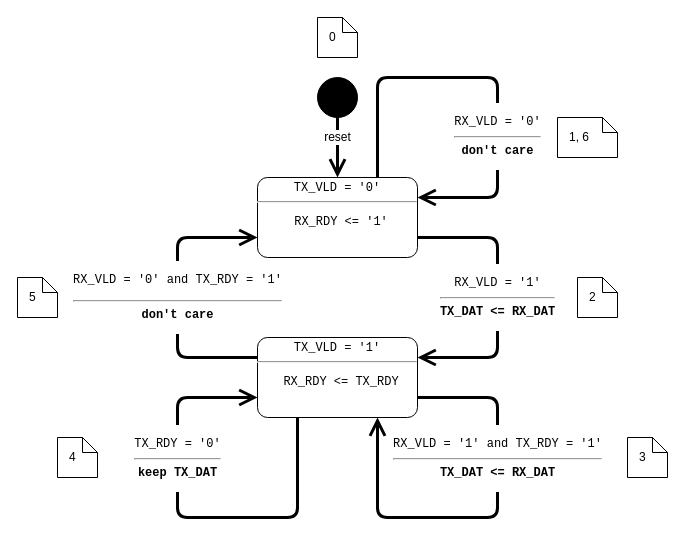
This is doc/handshake/register_slice_datapath_state_diagram.drawio from jeras/synthesis-primitives, a draw.io file, before an edit. Source tidied: cells renumbered, new cells numbered last; positions are measured from the earlier drawing's top-left corner, leaving out a move shared by most shapes. Both pictures are drawn from the tidied source at 100%, with x=0, y=0 at pixel (17, 17).
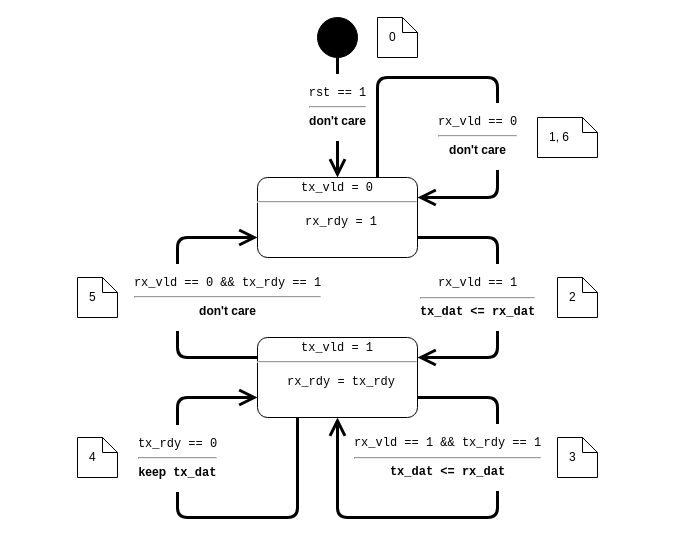
Above is the later version.

What changed in the source:
```diff
@@
-    <mxCell id="2" value="&lt;pre style=&quot;margin: 4px 0px 0px; font-size: 12px;&quot;&gt;TX_VLD = '0'&lt;/pre&gt;&lt;hr style=&quot;font-size: 12px;&quot;&gt;&lt;p style=&quot;font-size: 12px;&quot;&gt;&lt;/p&gt;&lt;pre style=&quot;margin: 0px 0px 0px 8px; font-size: 12px;&quot;&gt;RX_RDY &amp;lt;= '1'&lt;/pre&gt;" style="shape=mxgraph.sysml.simpleState;html=1;overflow=fill;whiteSpace=wrap;align=center;fontSize=12;" parent="1" vertex="1">
+    <mxCell id="2" value="&lt;pre style=&quot;margin: 4px 0px 0px; font-size: 12px;&quot;&gt;tx_vld = 0&lt;/pre&gt;&lt;hr style=&quot;font-size: 12px;&quot;&gt;&lt;p style=&quot;font-size: 12px;&quot;&gt;&lt;/p&gt;&lt;pre style=&quot;margin: 0px 0px 0px 8px; font-size: 12px;&quot;&gt;rx_rdy = 1&lt;/pre&gt;" style="shape=mxgraph.sysml.simpleState;html=1;overflow=fill;whiteSpace=wrap;align=center;fontSize=12;" parent="1" vertex="1">
       <mxGeometry x="240" y="160" width="160" height="80" as="geometry" />
     </mxCell>
-    <mxCell id="3" value="&lt;pre style=&quot;margin-top: 4px; margin-bottom: 0px; font-size: 12px;&quot;&gt;TX_VLD = '1'&lt;/pre&gt;&lt;hr style=&quot;font-size: 12px;&quot;&gt;&lt;p style=&quot;font-size: 12px;&quot;&gt;&lt;/p&gt;&lt;pre style=&quot;margin: 0px 0px 0px 8px; font-size: 12px;&quot;&gt;RX_RDY &amp;lt;= TX_RDY&lt;/pre&gt;" style="shape=mxgraph.sysml.simpleState;html=1;overflow=fill;whiteSpace=wrap;align=center;fontSize=12;" parent="1" vertex="1">
+    <mxCell id="3" value="&lt;pre style=&quot;margin-top: 4px; margin-bottom: 0px; font-size: 12px;&quot;&gt;tx_vld = 1&lt;/pre&gt;&lt;hr style=&quot;font-size: 12px;&quot;&gt;&lt;p style=&quot;font-size: 12px;&quot;&gt;&lt;/p&gt;&lt;pre style=&quot;margin: 0px 0px 0px 8px; font-size: 12px;&quot;&gt;rx_rdy = tx_rdy&lt;/pre&gt;" style="shape=mxgraph.sysml.simpleState;html=1;overflow=fill;whiteSpace=wrap;align=center;fontSize=12;" parent="1" vertex="1">
       <mxGeometry x="240" y="320" width="160" height="80" as="geometry" />
     </mxCell>
-    <mxCell id="4" value="&lt;pre style=&quot;font-size: 12px;&quot;&gt;RX_VLD = '1'&lt;br style=&quot;font-size: 12px;&quot;&gt;&lt;hr&gt;&lt;b&gt;TX_DAT &amp;lt;= RX_DAT&lt;/b&gt;&lt;/pre&gt;" style="edgeStyle=none;html=1;endArrow=open;endSize=12;strokeWidth=3;verticalAlign=middle;rounded=1;entryX=1;entryY=0.25;entryDx=0;entryDy=0;entryPerimeter=0;curved=0;fontSize=12;exitX=1;exitY=0.75;exitDx=0;exitDy=0;exitPerimeter=0;strokeColor=default;backgroundOutline=0;" parent="1" edge="1" source="2" target="3">
-      <mxGeometry relative="1" as="geometry">
+    <mxCell id="4" value="&lt;pre style=&quot;font-size: 12px;&quot;&gt;rx_vld == 1&lt;br style=&quot;font-size: 12px;&quot;&gt;&lt;hr&gt;&lt;b&gt;tx_dat &amp;lt;= rx_dat&lt;/b&gt;&lt;/pre&gt;" style="edgeStyle=none;html=1;endArrow=open;endSize=12;strokeWidth=3;verticalAlign=middle;rounded=1;entryX=1;entryY=0.25;entryDx=0;entryDy=0;entryPerimeter=0;curved=0;fontSize=12;exitX=1;exitY=0.75;exitDx=0;exitDy=0;exitPerimeter=0;strokeColor=default;backgroundOutline=0;" parent="1" edge="1" source="2" target="3">
+      <mxGeometry y="-20" relative="1" as="geometry">
         <Array as="points">
           <mxPoint x="480" y="220" />
           <mxPoint x="480" y="340" />
         </Array>
       </mxGeometry>
     </mxCell>
     <mxCell id="5" style="shape=ellipse;html=1;fillColor=strokeColor;fontSize=18;fontColor=#ffffff;" parent="1" vertex="1">
-      <mxGeometry x="300" y="60" width="40" height="40" as="geometry" />
+      <mxGeometry x="300" width="40" height="40" as="geometry" />
     </mxCell>
-    <mxCell id="6" value="&lt;font style=&quot;font-size: 12px;&quot;&gt;reset&lt;/font&gt;" style="edgeStyle=none;html=1;endArrow=open;endSize=12;strokeWidth=3;verticalAlign=middle;rounded=0;exitX=0.5;exitY=1;exitDx=0;exitDy=0;entryX=0.5;entryY=0;entryDx=0;entryDy=0;entryPerimeter=0;" parent="1" edge="1" source="5" target="2">
-      <mxGeometry x="-0.33" relative="1" as="geometry" />
+    <mxCell id="6" value="&lt;pre style=&quot;font-size: 12px;&quot;&gt;rst == 1&lt;br&gt;&lt;hr&gt;&lt;b&gt;&lt;font face=&quot;Helvetica&quot;&gt;don't care&lt;/font&gt;&lt;/b&gt;&lt;/pre&gt;" style="edgeStyle=none;html=1;endArrow=open;endSize=12;strokeWidth=3;verticalAlign=middle;rounded=0;exitX=0.5;exitY=1;exitDx=0;exitDy=0;entryX=0.5;entryY=0;entryDx=0;entryDy=0;entryPerimeter=0;" parent="1" edge="1" source="5" target="2">
+      <mxGeometry x="-0.17" relative="1" as="geometry" />
     </mxCell>
-    <mxCell id="7" value="&lt;pre style=&quot;font-size: 12px;&quot;&gt;RX_VLD = '1' and TX_RDY = '1'&lt;br style=&quot;font-size: 12px;&quot;&gt;&lt;hr&gt;&lt;b&gt;TX_DAT &amp;lt;= RX_DAT&lt;/b&gt;&lt;/pre&gt;" style="edgeStyle=none;html=1;endArrow=open;endSize=12;strokeWidth=3;verticalAlign=middle;rounded=1;entryX=0.75;entryY=1;entryDx=0;entryDy=0;entryPerimeter=0;curved=0;fontSize=12;exitX=1;exitY=0.75;exitDx=0;exitDy=0;exitPerimeter=0;" parent="1" edge="1" source="3" target="3">
-      <mxGeometry x="-0.33" relative="1" as="geometry">
+    <mxCell id="7" value="&lt;pre style=&quot;font-size: 12px;&quot;&gt;rx_vld == 1 &amp;amp;&amp;amp; tx_rdy == 1&lt;br style=&quot;font-size: 12px;&quot;&gt;&lt;hr&gt;&lt;b&gt;tx_dat &amp;lt;= rx_dat&lt;/b&gt;&lt;/pre&gt;" style="edgeStyle=none;html=1;endArrow=open;endSize=12;strokeWidth=3;verticalAlign=middle;rounded=1;entryX=0.5;entryY=1;entryDx=0;entryDy=0;entryPerimeter=0;curved=0;fontSize=12;exitX=1;exitY=0.75;exitDx=0;exitDy=0;exitPerimeter=0;" parent="1" edge="1" source="3" target="3">
+      <mxGeometry x="-0.39" y="-50" relative="1" as="geometry">
         <Array as="points">
           <mxPoint x="480" y="380" />
           <mxPoint x="480" y="500" />
-          <mxPoint x="360" y="500" />
+          <mxPoint x="320" y="500" />
         </Array>
       </mxGeometry>
     </mxCell>
     <mxCell id="8" value="1, 6" style="shape=note;size=15;align=left;spacingLeft=10;html=1;whiteSpace=wrap;" parent="1" vertex="1">
-      <mxGeometry x="540" y="100" width="60" height="40" as="geometry" />
+      <mxGeometry x="520" y="100" width="60" height="40" as="geometry" />
     </mxCell>
     <mxCell id="9" value="2" style="shape=note;size=15;align=left;spacingLeft=10;html=1;whiteSpace=wrap;" parent="1" vertex="1">
-      <mxGeometry x="560" y="260" width="40" height="40" as="geometry" />
+      <mxGeometry x="540" y="260" width="40" height="40" as="geometry" />
     </mxCell>
     <mxCell id="10" value="3" style="shape=note;size=15;align=left;spacingLeft=10;html=1;whiteSpace=wrap;" parent="1" vertex="1">
-      <mxGeometry x="610" y="420" width="40" height="40" as="geometry" />
+      <mxGeometry x="540" y="420" width="40" height="40" as="geometry" />
     </mxCell>
     <mxCell id="11" value="4" style="shape=note;size=15;align=left;spacingLeft=10;html=1;whiteSpace=wrap;" parent="1" vertex="1">
-      <mxGeometry x="40" y="420" width="40" height="40" as="geometry" />
+      <mxGeometry x="60" y="420" width="40" height="40" as="geometry" />
     </mxCell>
     <mxCell id="12" value="5" style="shape=note;size=15;align=left;spacingLeft=10;html=1;whiteSpace=wrap;" parent="1" vertex="1">
-      <mxGeometry y="260" width="40" height="40" as="geometry" />
+      <mxGeometry x="60" y="260" width="40" height="40" as="geometry" />
     </mxCell>
     <mxCell id="13" value="0" style="shape=note;size=15;align=left;spacingLeft=10;html=1;whiteSpace=wrap;" parent="1" vertex="1">
-      <mxGeometry x="300" width="40" height="40" as="geometry" />
+      <mxGeometry x="360" width="40" height="40" as="geometry" />
     </mxCell>
-    <mxCell id="14" value="&lt;pre style=&quot;font-size: 12px;&quot;&gt;TX_RDY = '0'&lt;br style=&quot;font-size: 12px;&quot;&gt;&lt;hr&gt;&lt;b&gt;keep TX_DAT&lt;/b&gt;&lt;/pre&gt;" style="edgeStyle=none;html=1;endArrow=open;endSize=12;strokeWidth=3;verticalAlign=middle;rounded=1;entryX=0;entryY=0.75;entryDx=0;entryDy=0;entryPerimeter=0;curved=0;fontSize=12;exitX=0.25;exitY=1;exitDx=0;exitDy=0;exitPerimeter=0;" parent="1" edge="1" source="3" target="3">
+    <mxCell id="14" value="&lt;pre style=&quot;font-size: 12px;&quot;&gt;tx_rdy == 0&lt;br style=&quot;font-size: 12px;&quot;&gt;&lt;hr&gt;&lt;b&gt;&lt;font face=&quot;Helvetica&quot;&gt;keep&lt;/font&gt; tx_dat&lt;/b&gt;&lt;/pre&gt;" style="edgeStyle=none;html=1;endArrow=open;endSize=12;strokeWidth=3;verticalAlign=middle;rounded=1;entryX=0;entryY=0.75;entryDx=0;entryDy=0;entryPerimeter=0;curved=0;fontSize=12;exitX=0.25;exitY=1;exitDx=0;exitDy=0;exitPerimeter=0;" parent="1" edge="1" source="3" target="3">
       <mxGeometry x="0.33" relative="1" as="geometry">
         <Array as="points">
           <mxPoint x="280" y="500" />
           <mxPoint x="160" y="500" />
           <mxPoint x="160" y="380" />
         </Array>
       </mxGeometry>
     </mxCell>
-    <mxCell id="15" value="&lt;pre style=&quot;font-size: 12px;&quot;&gt;&lt;pre&gt;RX_VLD = '0' and TX_RDY = '1'&lt;/pre&gt;&lt;hr&gt;&lt;b&gt;don't care&lt;/b&gt;&lt;/pre&gt;" style="edgeStyle=none;html=1;endArrow=open;endSize=12;strokeWidth=3;verticalAlign=middle;rounded=1;entryX=0;entryY=0.75;entryDx=0;entryDy=0;entryPerimeter=0;curved=0;fontSize=12;exitX=0;exitY=0.25;exitDx=0;exitDy=0;exitPerimeter=0;strokeColor=default;backgroundOutline=0;" parent="1" edge="1" source="3" target="2">
-      <mxGeometry relative="1" as="geometry">
-        <Array as="points">
-          <mxPoint x="160" y="340" />
-          <mxPoint x="160" y="220" />
-        </Array>
-      </mxGeometry>
-    </mxCell>
-    <mxCell id="16" value="&lt;pre style=&quot;font-size: 12px;&quot;&gt;RX_VLD = '0'&lt;br style=&quot;font-size: 12px;&quot;&gt;&lt;hr&gt;&lt;b&gt;don't care&lt;/b&gt;&lt;/pre&gt;" style="edgeStyle=none;html=1;endArrow=open;endSize=12;strokeWidth=3;verticalAlign=middle;rounded=1;entryX=1;entryY=0.25;entryDx=0;entryDy=0;entryPerimeter=0;curved=0;fontSize=12;exitX=0.75;exitY=0;exitDx=0;exitDy=0;exitPerimeter=0;" parent="1" edge="1" source="2" target="2">
-      <mxGeometry x="0.33" relative="1" as="geometry">
+    <mxCell id="16" value="&lt;pre style=&quot;font-size: 12px;&quot;&gt;rx_vld == 0&lt;br style=&quot;font-size: 12px;&quot;&gt;&lt;hr&gt;&lt;b&gt;&lt;font face=&quot;Helvetica&quot;&gt;don't care&lt;/font&gt;&lt;/b&gt;&lt;/pre&gt;" style="edgeStyle=none;html=1;endArrow=open;endSize=12;strokeWidth=3;verticalAlign=middle;rounded=1;entryX=1;entryY=0.25;entryDx=0;entryDy=0;entryPerimeter=0;curved=0;fontSize=12;exitX=0.75;exitY=0;exitDx=0;exitDy=0;exitPerimeter=0;" parent="1" edge="1" source="2" target="2">
+      <mxGeometry x="0.33" y="-20" relative="1" as="geometry">
         <Array as="points">
           <mxPoint x="360" y="60" />
           <mxPoint x="480" y="60" />
           <mxPoint x="480" y="180" />
         </Array>
       </mxGeometry>
     </mxCell>
+    <mxCell id="17" value="&lt;pre style=&quot;font-size: 12px;&quot;&gt;rx_vld == 0 &amp;amp;&amp;amp; tx_rdy == 1&lt;br style=&quot;font-size: 12px;&quot;&gt;&lt;hr&gt;&lt;b&gt;&lt;font face=&quot;Helvetica&quot;&gt;don't care&lt;/font&gt;&lt;/b&gt;&lt;/pre&gt;" style="edgeStyle=none;html=1;endArrow=open;endSize=12;strokeWidth=3;verticalAlign=middle;rounded=1;entryX=0;entryY=0.75;entryDx=0;entryDy=0;entryPerimeter=0;curved=0;fontSize=12;exitX=0;exitY=0.25;exitDx=0;exitDy=0;exitPerimeter=0;" parent="1" edge="1" source="3">
+      <mxGeometry y="-50" relative="1" as="geometry">
+        <mxPoint x="240" y="220" as="targetPoint" />
+        <Array as="points">
+          <mxPoint x="160" y="340" />
+          <mxPoint x="160" y="220" />
+        </Array>
+      </mxGeometry>
+    </mxCell>
```
